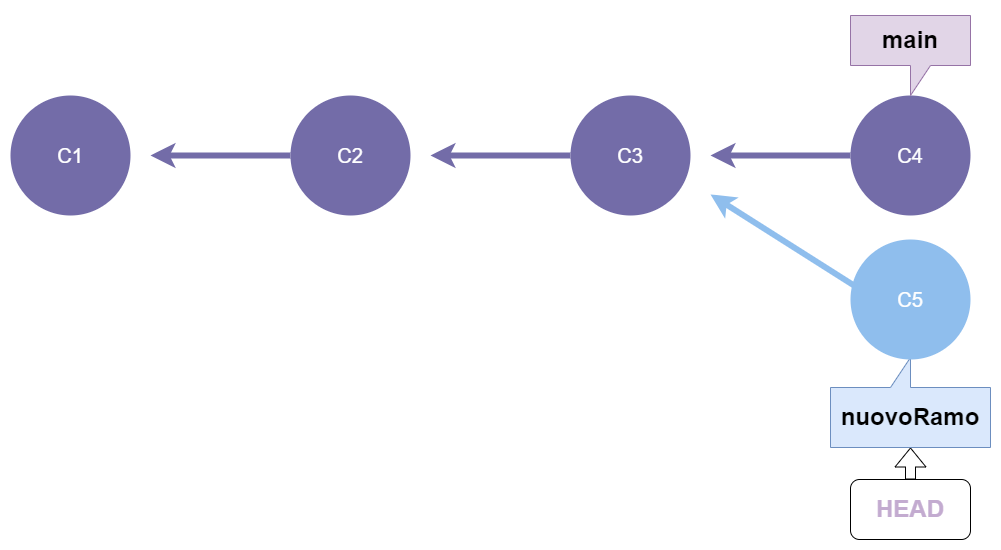
sapienza-metodologie-di-programmazione/guide keeps this draw.io diagram as assets/Commit-1.drawio.png. Above is the earlier version. Source tidied: cells renumbered, new cells last; positions are measured from the earlier drawing's top-left corner, leaving out a move shared by most shapes.
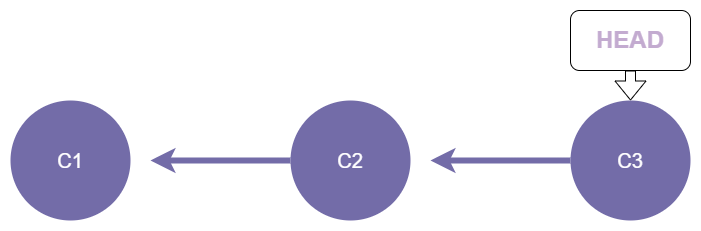
After the commit.

What changed in the source:
```diff
@@ -22,38 +22,10 @@
       <mxGeometry y="80" width="120" height="120" as="geometry" />
     </mxCell>
     <mxCell id="7" value="&lt;h1&gt;&lt;font color=&quot;#c3abd0&quot;&gt;HEAD&lt;/font&gt;&lt;/h1&gt;" style="rounded=1;whiteSpace=wrap;html=1;" parent="1" vertex="1">
-      <mxGeometry x="840" y="464" width="120" height="60" as="geometry" />
+      <mxGeometry x="560" y="-10" width="120" height="60" as="geometry" />
     </mxCell>
-    <mxCell id="8" style="shape=flexArrow;endArrow=classic;html=1;rounded=0;entryX=0.5;entryY=0;entryDx=0;entryDy=0;entryPerimeter=0;fillColor=default;" parent="1" edge="1" target="9">
-      <mxGeometry relative="1" as="geometry">
-        <mxPoint x="900" y="464" as="sourcePoint" />
-      </mxGeometry>
+    <mxCell id="8" style="shape=flexArrow;endArrow=classic;html=1;rounded=0;exitX=0.5;exitY=1;exitDx=0;exitDy=0;" parent="1" edge="1" source="7" target="3">
+      <mxGeometry relative="1" as="geometry" />
     </mxCell>
-    <mxCell id="9" value="&lt;h1&gt;&lt;br&gt;&lt;/h1&gt;" style="shape=callout;whiteSpace=wrap;html=1;perimeter=calloutPerimeter;position2=0.5;fillColor=#dae8fc;strokeColor=#6c8ebf;rotation=-180;" parent="1" vertex="1">
-      <mxGeometry x="820" y="342" width="160" height="90" as="geometry" />
-    </mxCell>
-    <mxCell id="10" value="&lt;font style=&quot;font-size: 24px;&quot;&gt;&lt;b&gt;nuovoRamo&lt;/b&gt;&lt;/font&gt;" style="text;html=1;align=center;verticalAlign=middle;whiteSpace=wrap;rounded=0;" parent="1" vertex="1">
-      <mxGeometry x="860" y="387" width="80" height="30" as="geometry" />
-    </mxCell>
-    <mxCell id="11" style="endArrow=none;strokeWidth=6;strokeColor=#736CA8;html=1;startArrow=classic;startFill=0;" parent="1" edge="1" target="12">
-      <mxGeometry relative="1" as="geometry">
-        <mxPoint x="700" y="140" as="sourcePoint" />
-      </mxGeometry>
-    </mxCell>
-    <mxCell id="12" value="C4" style="ellipse;whiteSpace=wrap;html=1;shadow=0;fontFamily=Helvetica;fontSize=20;fontColor=#FFFFFF;align=center;strokeWidth=3;fillColor=#736ca8;strokeColor=none;" parent="1" vertex="1">
-      <mxGeometry x="840" y="80" width="120" height="120" as="geometry" />
-    </mxCell>
-    <mxCell id="13" value="&lt;h1&gt;main&lt;/h1&gt;" style="shape=callout;whiteSpace=wrap;html=1;perimeter=calloutPerimeter;fillColor=#e1d5e7;strokeColor=#9673a6;" parent="1" vertex="1">
-      <mxGeometry x="840" width="120" height="80" as="geometry" />
-    </mxCell>
-    <mxCell id="14" value="C5" style="ellipse;whiteSpace=wrap;html=1;shadow=0;fontFamily=Helvetica;fontSize=20;fontColor=#FFFFFF;align=center;strokeWidth=3;fillColor=#8FBEED;strokeColor=none;" parent="1" vertex="1">
-      <mxGeometry x="840" y="224" width="120" height="120" as="geometry" />
-    </mxCell>
-    <mxCell id="15" style="endArrow=none;strokeWidth=6;strokeColor=#8FBEED;html=1;startArrow=classic;startFill=0;entryX=0;entryY=0;entryDx=0;entryDy=0;" parent="1" edge="1">
-      <mxGeometry relative="1" as="geometry">
-        <mxPoint x="700" y="179" as="sourcePoint" />
-        <mxPoint x="847.6" y="272.6" as="targetPoint" />
-      </mxGeometry>
-    </mxCell>
   </root>
 </mxGraphModel>
```
